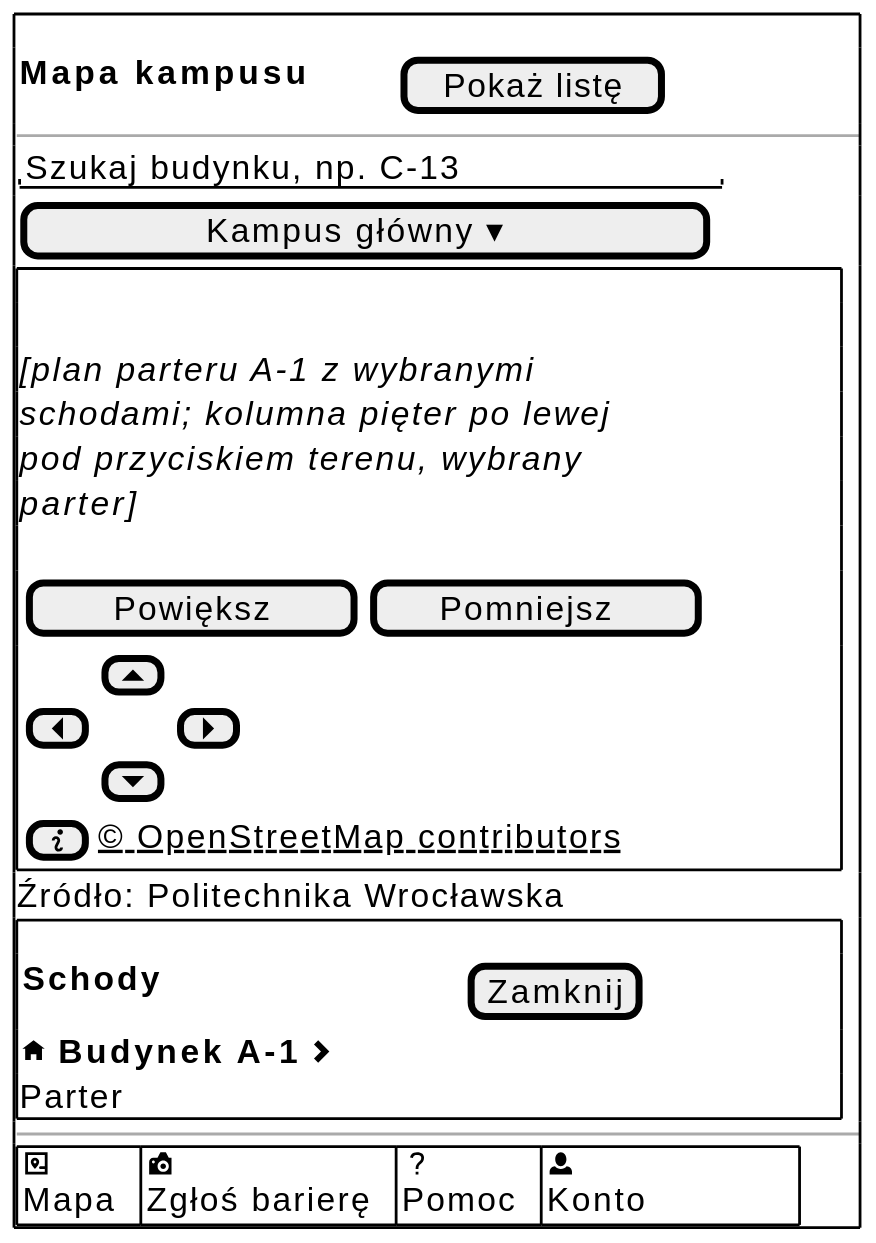
Earlier version of the PlantUML export docs/docs/_generated/m-v1-mapa-schody.svg (dostepny-kampus/dostepny-kampus). Its diagram source:
```plantuml
@startsalt
' V1 Mapa kampusu, arkusz schodów po dotknięciu schodów na planie (US16.1). Wiersz budynku
' pod nagłówkiem otwiera kartę V2; piętro stoi pod nim.
!include _wspolne.iuml
!include _odwiedzajacy.iuml
$ekran_poczatek()
$naglowek_mapy("Pokaż listę")
$pole_tekstowe("Szukaj budynku, np. C-13")
$przycisk("Kampus główny ▾")
$mapa("plan parteru A-1 z wybranymi schodami; kolumna pięter po lewej pod przyciskiem terenu, wybrany parter", "", "info")
Źródło: Politechnika Wrocławska
$ramka()
{ <b>Schody</b>$dk_spacje(14) | [Zamknij] }
$wiersz_budynku()
Parter
}
$pasek_dolny_konto()
$ekran_koniec()
@endsalt
```
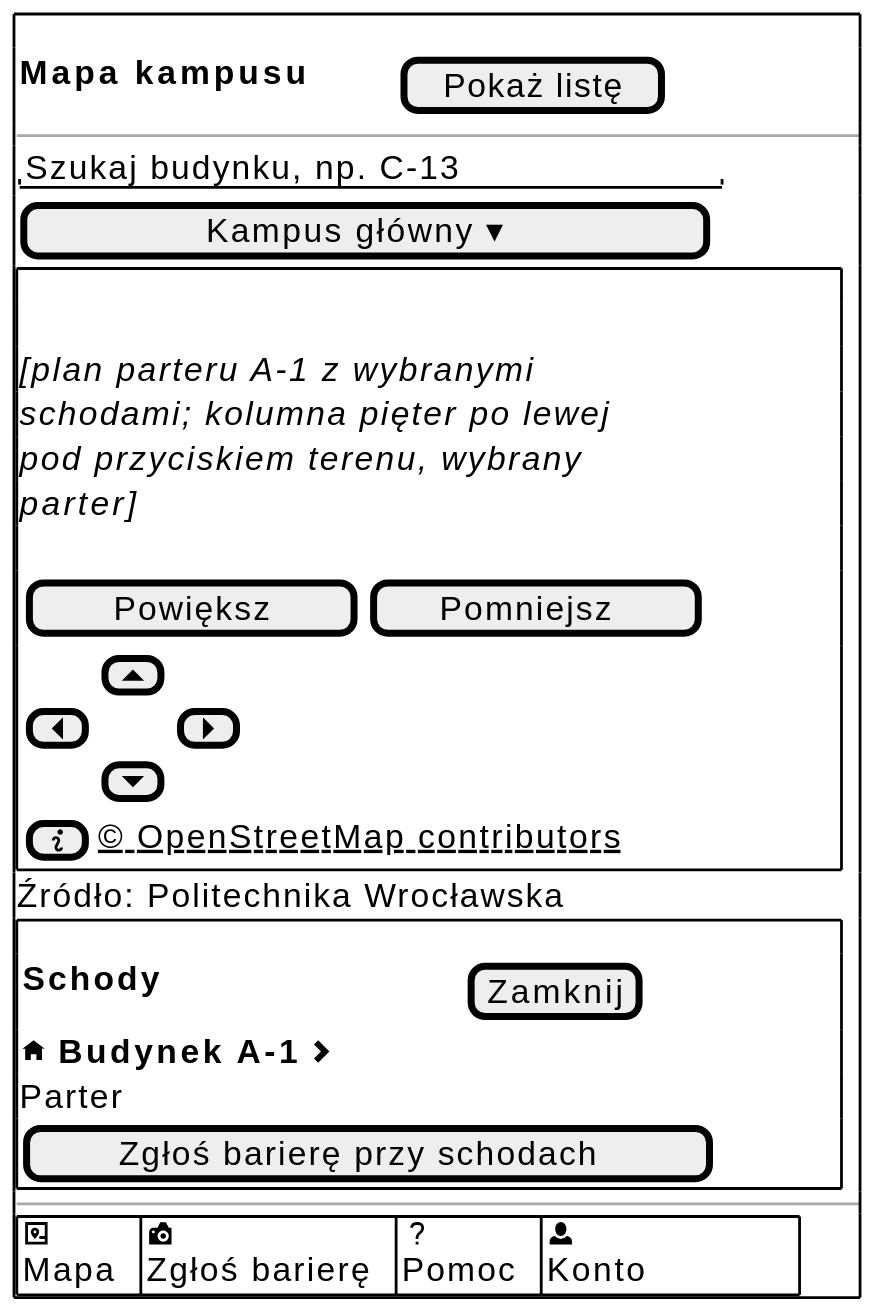
Later version of the same file.

Diff of the diagram source:
```diff
@@ -13,6 +13,7 @@
 { <b>Schody</b>$dk_spacje(14) | [Zamknij] }
 $wiersz_budynku()
 Parter
+$przycisk("Zgłoś barierę przy schodach")
 }
 $pasek_dolny_konto()
 $ekran_koniec()
```
